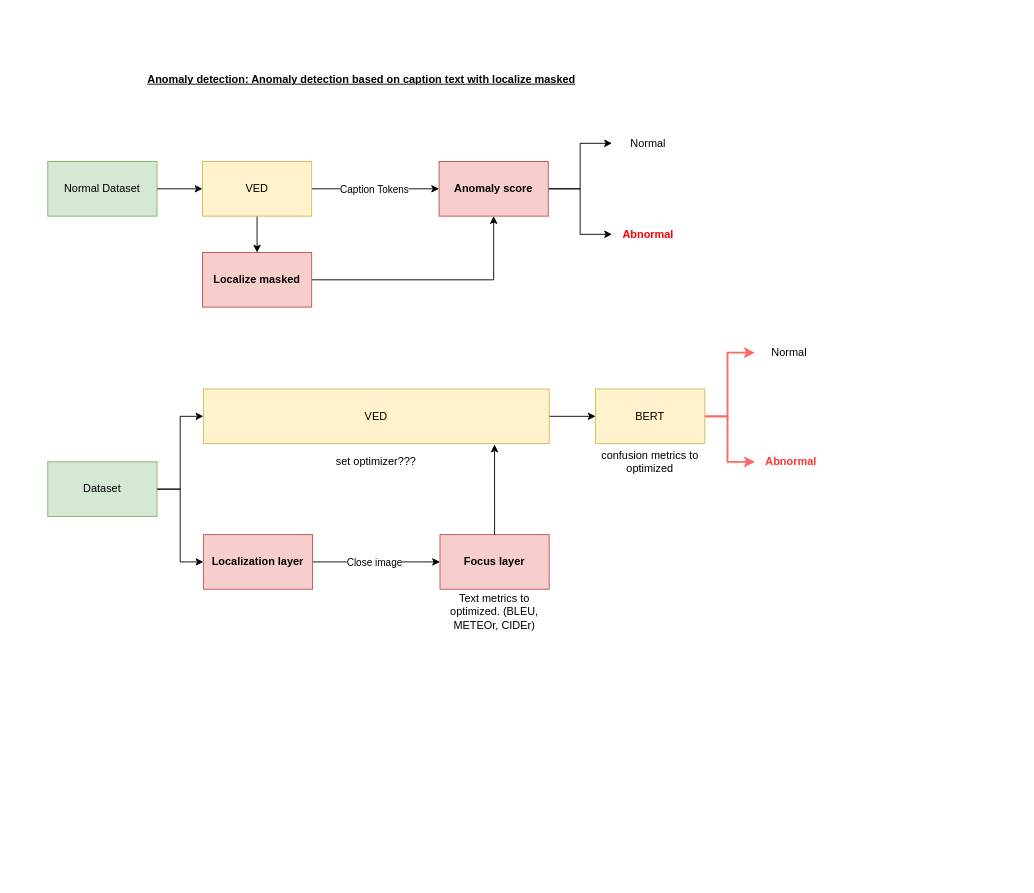
Earlier version of the draw.io diagram page "Page-9" (8 of 9) of Architecture.drawio (MingNarongthat/Anomaly_Transformers). Source tidied: cells renumbered, new cells numbered last; positions are measured from the earlier drawing's top-left corner, leaving out a move shared by most shapes. Both pictures are drawn from the tidied source at 91%, with x=0, y=0 at pixel (47, 61).
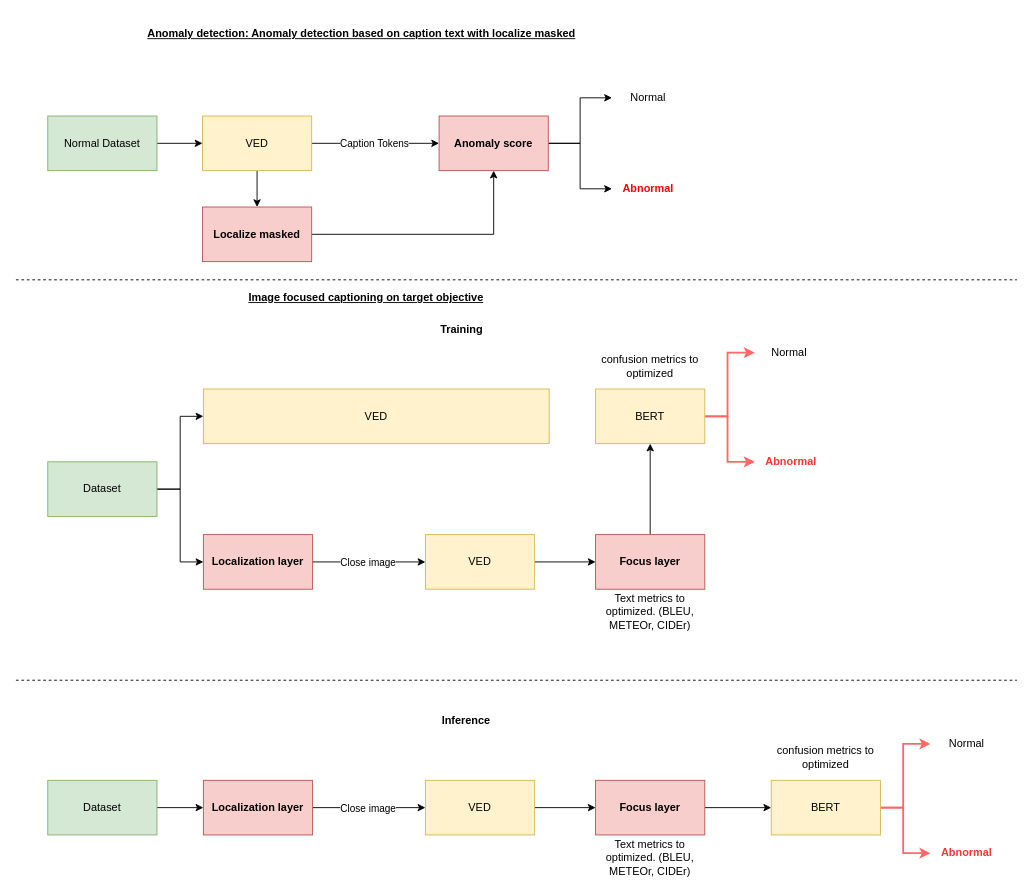
The same page after the edit.

The change refers to these unchanged cells:
```xml
<mxCell id="20" value="VED" style="rounded=0;whiteSpace=wrap;html=1;fillColor=#fff2cc;strokeColor=#d6b656;" parent="1" vertex="1">
  <mxGeometry x="171" y="360" width="380" height="60" as="geometry" />
</mxCell>
<mxCell id="23" value="BERT" style="rounded=0;whiteSpace=wrap;html=1;fillColor=#fff2cc;strokeColor=#d6b656;" parent="1" vertex="1">
  <mxGeometry x="602" y="360" width="120" height="60" as="geometry" />
</mxCell>
<mxCell id="28" value="Localization layer" style="rounded=0;whiteSpace=wrap;html=1;fillColor=#f8cecc;strokeColor=#b85450;fontStyle=1;" parent="1" vertex="1">
  <mxGeometry x="171" y="520" width="120" height="60" as="geometry" />
</mxCell>
```

Diff of the diagram source:
```diff
@@
     <mxCell id="2" value="Anomaly detection: Anomaly detection based on caption text with localize masked" style="rounded=0;whiteSpace=wrap;html=1;fillColor=none;strokeColor=none;fontStyle=5;" parent="1" vertex="1">
-      <mxGeometry x="44" width="602" height="40" as="geometry" />
+      <mxGeometry x="44" y="-50" width="602" height="40" as="geometry" />
     </mxCell>
@@
     <mxCell id="4" value="Localize masked" style="rounded=0;whiteSpace=wrap;html=1;fillColor=#f8cecc;strokeColor=#b85450;fontStyle=1;" parent="1" vertex="1">
-      <mxGeometry x="170" y="210" width="120" height="60" as="geometry" />
+      <mxGeometry x="170" y="160" width="120" height="60" as="geometry" />
     </mxCell>
@@
     <mxCell id="6" value="Normal Dataset" style="rounded=0;whiteSpace=wrap;html=1;fillColor=#d5e8d4;strokeColor=#82b366;" parent="1" vertex="1">
-      <mxGeometry y="110" width="120" height="60" as="geometry" />
+      <mxGeometry y="60" width="120" height="60" as="geometry" />
     </mxCell>
@@
     <mxCell id="10" value="VED" style="rounded=0;whiteSpace=wrap;html=1;fillColor=#fff2cc;strokeColor=#d6b656;" parent="1" vertex="1">
-      <mxGeometry x="170" y="110" width="120" height="60" as="geometry" />
+      <mxGeometry x="170" y="60" width="120" height="60" as="geometry" />
     </mxCell>
@@
     <mxCell id="13" value="Anomaly score" style="rounded=0;whiteSpace=wrap;html=1;fillColor=#f8cecc;strokeColor=#b85450;fontStyle=1;" parent="1" vertex="1">
-      <mxGeometry x="430" y="110" width="120" height="60" as="geometry" />
+      <mxGeometry x="430" y="60" width="120" height="60" as="geometry" />
     </mxCell>
     <mxCell id="14" value="Normal" style="rounded=0;whiteSpace=wrap;html=1;fillColor=none;strokeColor=none;" parent="1" vertex="1">
-      <mxGeometry x="620" y="70" width="80" height="40" as="geometry" />
+      <mxGeometry x="620" y="20" width="80" height="40" as="geometry" />
     </mxCell>
     <mxCell id="15" value="Abnormal" style="rounded=0;whiteSpace=wrap;html=1;fillColor=none;strokeColor=none;fontStyle=1;fontColor=#FF0000;" parent="1" vertex="1">
-      <mxGeometry x="620" y="170" width="80" height="40" as="geometry" />
+      <mxGeometry x="620" y="120" width="80" height="40" as="geometry" />
     </mxCell>
@@
-    <mxCell id="19" style="edgeStyle=orthogonalEdgeStyle;rounded=0;jettySize=auto;html=1;exitX=1;exitY=0.5;exitDx=0;exitDy=0;entryX=0;entryY=0.5;entryDx=0;entryDy=0;" parent="1" edge="1" source="20" target="23">
-      <mxGeometry relative="1" as="geometry" />
-    </mxCell>
@@
-    <mxCell id="26" style="edgeStyle=orthogonalEdgeStyle;rounded=0;jettySize=auto;html=1;exitX=1;exitY=0.5;exitDx=0;exitDy=0;entryX=0;entryY=0.5;entryDx=0;entryDy=0;" parent="1" edge="1" source="28" target="29">
+    <mxCell id="26" style="edgeStyle=orthogonalEdgeStyle;rounded=0;jettySize=auto;html=1;exitX=1;exitY=0.5;exitDx=0;exitDy=0;entryX=0;entryY=0.5;entryDx=0;entryDy=0;" parent="1" edge="1" source="28" target="36">
       <mxGeometry relative="1" as="geometry" />
     </mxCell>
@@
+    <mxCell id="34" style="edgeStyle=orthogonalEdgeStyle;rounded=0;jettySize=auto;html=1;exitX=0.5;exitY=0;exitDx=0;exitDy=0;entryX=0.5;entryY=1;entryDx=0;entryDy=0;" parent="1" edge="1" source="29" target="23">
+      <mxGeometry relative="1" as="geometry" />
+    </mxCell>
     <mxCell id="29" value="Focus layer" style="rounded=0;whiteSpace=wrap;html=1;fillColor=#f8cecc;strokeColor=#b85450;fontStyle=1;" parent="1" vertex="1">
-      <mxGeometry x="431" y="520" width="120" height="60" as="geometry" />
+      <mxGeometry x="602" y="520" width="120" height="60" as="geometry" />
     </mxCell>
     <mxCell id="30" value="Text metrics to optimized. (BLEU, METEOr, CIDEr)" style="text;html=1;strokeColor=none;fillColor=none;align=center;verticalAlign=middle;whiteSpace=wrap;rounded=0;" parent="1" vertex="1">
-      <mxGeometry x="431" y="590" width="120" height="30" as="geometry" />
+      <mxGeometry x="602" y="590" width="120" height="30" as="geometry" />
     </mxCell>
-    <mxCell id="31" style="edgeStyle=orthogonalEdgeStyle;rounded=0;jettySize=auto;html=1;exitX=0.5;exitY=0;exitDx=0;exitDy=0;entryX=0.842;entryY=1.017;entryDx=0;entryDy=0;entryPerimeter=0;" parent="1" edge="1" source="29" target="20">
-      <mxGeometry relative="1" as="geometry" />
-    </mxCell>
     <mxCell id="32" value="confusion metrics to optimized" style="text;html=1;strokeColor=none;fillColor=none;align=center;verticalAlign=middle;whiteSpace=wrap;rounded=0;" parent="1" vertex="1">
-      <mxGeometry x="602" y="425" width="120" height="30" as="geometry" />
+      <mxGeometry x="602" y="320" width="120" height="30" as="geometry" />
     </mxCell>
-    <mxCell id="33" value="set optimizer???" style="text;html=1;strokeColor=none;fillColor=none;align=center;verticalAlign=middle;whiteSpace=wrap;rounded=0;" parent="1" vertex="1">
-      <mxGeometry x="301" y="425" width="120" height="30" as="geometry" />
-    </mxCell>
+    <mxCell id="35" style="edgeStyle=orthogonalEdgeStyle;rounded=0;jettySize=auto;html=1;exitX=1;exitY=0.5;exitDx=0;exitDy=0;entryX=0;entryY=0.5;entryDx=0;entryDy=0;" parent="1" edge="1" source="36" target="29">
+      <mxGeometry relative="1" as="geometry" />
+    </mxCell>
+    <mxCell id="36" value="VED" style="rounded=0;whiteSpace=wrap;html=1;fillColor=#fff2cc;strokeColor=#d6b656;" parent="1" vertex="1">
+      <mxGeometry x="415" y="520" width="120" height="60" as="geometry" />
+    </mxCell>
+    <mxCell id="37" style="edgeStyle=orthogonalEdgeStyle;rounded=0;jettySize=auto;html=1;exitX=1;exitY=0.5;exitDx=0;exitDy=0;entryX=0;entryY=0.5;entryDx=0;entryDy=0;" parent="1" edge="1" source="38" target="45">
+      <mxGeometry relative="1" as="geometry" />
+    </mxCell>
+    <mxCell id="38" value="Dataset" style="rounded=0;whiteSpace=wrap;html=1;fillColor=#d5e8d4;strokeColor=#82b366;" parent="1" vertex="1">
+      <mxGeometry y="790" width="120" height="60" as="geometry" />
+    </mxCell>
+    <mxCell id="39" style="edgeStyle=orthogonalEdgeStyle;rounded=0;jettySize=auto;html=1;exitX=1;exitY=0.5;exitDx=0;exitDy=0;entryX=0;entryY=0.5;entryDx=0;entryDy=0;strokeColor=#FF6666;strokeWidth=2;" parent="1" edge="1" source="41">
+      <mxGeometry relative="1" as="geometry">
+        <mxPoint x="970" y="750" as="targetPoint" />
+        <Array as="points">
+          <mxPoint x="940" y="820" />
+          <mxPoint x="940" y="750" />
+        </Array>
+      </mxGeometry>
+    </mxCell>
+    <mxCell id="40" style="edgeStyle=orthogonalEdgeStyle;rounded=0;jettySize=auto;html=1;exitX=1;exitY=0.5;exitDx=0;exitDy=0;entryX=0;entryY=0.5;entryDx=0;entryDy=0;strokeColor=#FF6666;strokeWidth=2;" parent="1" edge="1" source="41" target="42">
+      <mxGeometry relative="1" as="geometry">
+        <Array as="points">
+          <mxPoint x="940" y="820" />
+          <mxPoint x="940" y="870" />
+        </Array>
+      </mxGeometry>
+    </mxCell>
+    <mxCell id="41" value="BERT" style="rounded=0;whiteSpace=wrap;html=1;fillColor=#fff2cc;strokeColor=#d6b656;" parent="1" vertex="1">
+      <mxGeometry x="795" y="790" width="120" height="60" as="geometry" />
+    </mxCell>
+    <mxCell id="42" value="Abnormal" style="rounded=0;whiteSpace=wrap;html=1;fillColor=none;strokeColor=none;fontStyle=1;fontColor=#FF3333;" parent="1" vertex="1">
+      <mxGeometry x="970" y="850" width="80" height="40" as="geometry" />
+    </mxCell>
+    <mxCell id="43" style="edgeStyle=orthogonalEdgeStyle;rounded=0;jettySize=auto;html=1;exitX=1;exitY=0.5;exitDx=0;exitDy=0;entryX=0;entryY=0.5;entryDx=0;entryDy=0;" parent="1" edge="1" source="45" target="51">
+      <mxGeometry relative="1" as="geometry" />
+    </mxCell>
+    <mxCell id="44" value="Close image" style="edgeLabel;html=1;align=center;verticalAlign=middle;" parent="43" vertex="1">
+      <mxGeometry x="-0.04" relative="1" as="geometry" />
+    </mxCell>
+    <mxCell id="45" value="Localization layer" style="rounded=0;whiteSpace=wrap;html=1;fillColor=#f8cecc;strokeColor=#b85450;fontStyle=1;" parent="1" vertex="1">
+      <mxGeometry x="171" y="790" width="120" height="60" as="geometry" />
+    </mxCell>
+    <mxCell id="46" style="edgeStyle=orthogonalEdgeStyle;rounded=0;jettySize=auto;html=1;exitX=1;exitY=0.5;exitDx=0;exitDy=0;entryX=0;entryY=0.5;entryDx=0;entryDy=0;" parent="1" edge="1" source="47" target="41">
+      <mxGeometry relative="1" as="geometry" />
+    </mxCell>
+    <mxCell id="47" value="Focus layer" style="rounded=0;whiteSpace=wrap;html=1;fillColor=#f8cecc;strokeColor=#b85450;fontStyle=1;" parent="1" vertex="1">
+      <mxGeometry x="602" y="790" width="120" height="60" as="geometry" />
+    </mxCell>
+    <mxCell id="48" value="Text metrics to optimized. (BLEU, METEOr, CIDEr)" style="text;html=1;strokeColor=none;fillColor=none;align=center;verticalAlign=middle;whiteSpace=wrap;rounded=0;" parent="1" vertex="1">
+      <mxGeometry x="602" y="860" width="120" height="30" as="geometry" />
+    </mxCell>
+    <mxCell id="49" value="confusion metrics to optimized" style="text;html=1;strokeColor=none;fillColor=none;align=center;verticalAlign=middle;whiteSpace=wrap;rounded=0;" parent="1" vertex="1">
+      <mxGeometry x="795" y="750" width="120" height="30" as="geometry" />
+    </mxCell>
+    <mxCell id="50" style="edgeStyle=orthogonalEdgeStyle;rounded=0;jettySize=auto;html=1;exitX=1;exitY=0.5;exitDx=0;exitDy=0;entryX=0;entryY=0.5;entryDx=0;entryDy=0;" parent="1" edge="1" source="51" target="47">
+      <mxGeometry relative="1" as="geometry" />
+    </mxCell>
+    <mxCell id="51" value="VED" style="rounded=0;whiteSpace=wrap;html=1;fillColor=#fff2cc;strokeColor=#d6b656;" parent="1" vertex="1">
+      <mxGeometry x="415" y="790" width="120" height="60" as="geometry" />
+    </mxCell>
+    <mxCell id="52" value="Normal" style="rounded=0;whiteSpace=wrap;html=1;fillColor=none;strokeColor=none;" parent="1" vertex="1">
+      <mxGeometry x="970" y="730" width="80" height="40" as="geometry" />
+    </mxCell>
+    <mxCell id="53" value="Training" style="text;html=1;strokeColor=none;fillColor=none;align=center;verticalAlign=middle;whiteSpace=wrap;rounded=0;fontStyle=1;" parent="1" vertex="1">
+      <mxGeometry x="425" y="280" width="60" height="30" as="geometry" />
+    </mxCell>
+    <mxCell id="54" value="Inference" style="text;html=1;strokeColor=none;fillColor=none;align=center;verticalAlign=middle;whiteSpace=wrap;rounded=0;fontStyle=1;" parent="1" vertex="1">
+      <mxGeometry x="430" y="710" width="60" height="30" as="geometry" />
+    </mxCell>
+    <mxCell id="55" style="endArrow=none;dashed=1;html=1;rounded=0;" parent="1" edge="1">
+      <mxGeometry relative="1" as="geometry">
+        <mxPoint x="-35" y="680" as="sourcePoint" />
+        <mxPoint x="1065" y="680" as="targetPoint" />
+      </mxGeometry>
+    </mxCell>
+    <mxCell id="56" value="Image focused captioning on target objective" style="rounded=0;whiteSpace=wrap;html=1;fillColor=none;strokeColor=none;fontStyle=5;" parent="1" vertex="1">
+      <mxGeometry x="49" y="240" width="602" height="40" as="geometry" />
+    </mxCell>
+    <mxCell id="57" style="endArrow=none;dashed=1;html=1;rounded=0;" parent="1" edge="1">
+      <mxGeometry relative="1" as="geometry">
+        <mxPoint x="-35" y="240" as="sourcePoint" />
+        <mxPoint x="1065" y="240" as="targetPoint" />
+      </mxGeometry>
+    </mxCell>
```
